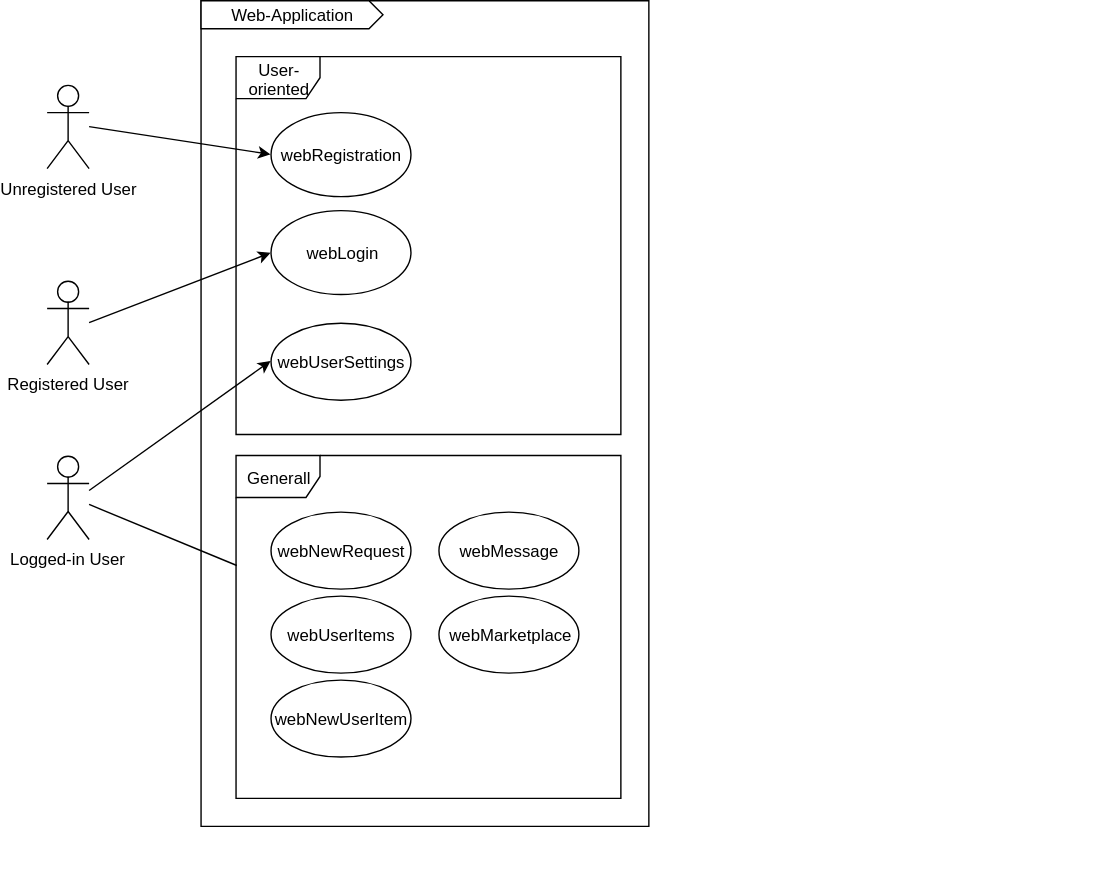
Above: recources/UCD-KeepThings.svg in KeepThings/KeepThingsWeb (draw.io), before the change. Source tidied: cells renumbered, new cells last; positions are measured from the earlier drawing's top-left corner, leaving out a move shared by most shapes.
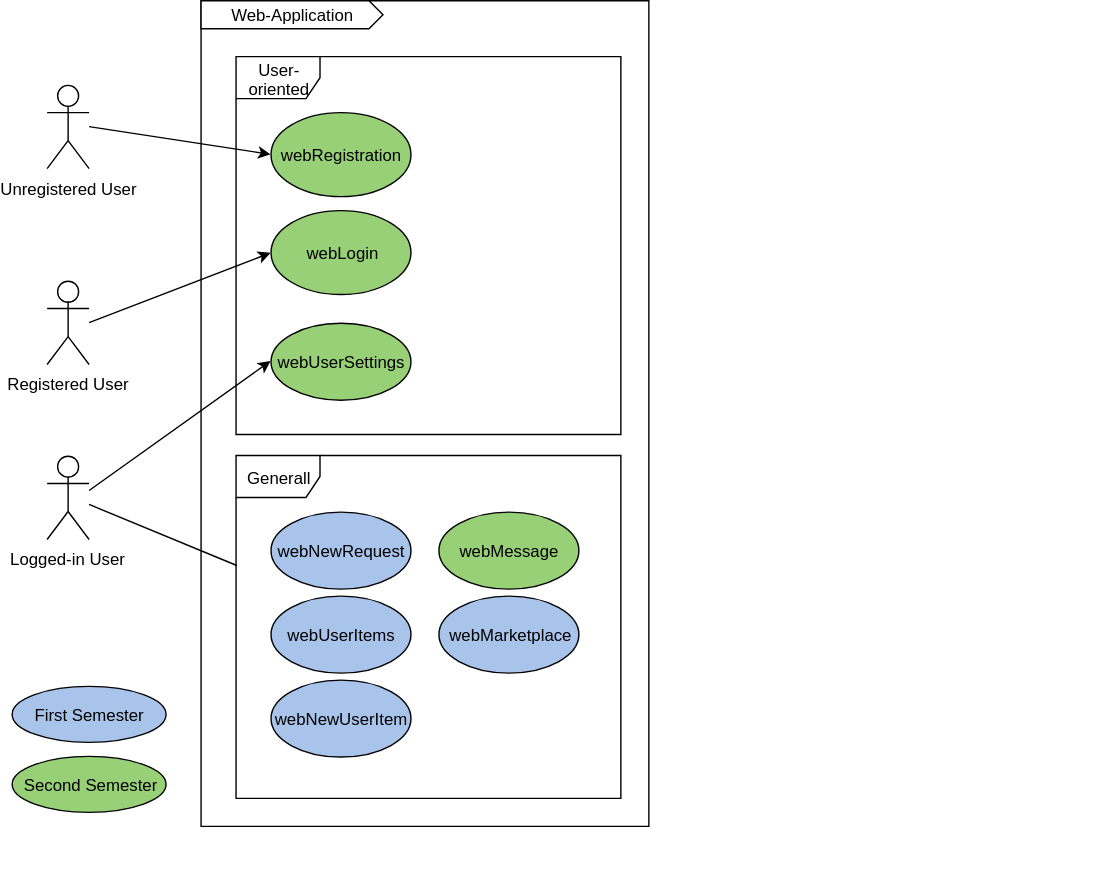
Later version of the same file.

The edit, as a diff of the source:
```diff
@@ -14,19 +14,19 @@
     <mxCell id="5" value="User-oriented" style="shape=umlFrame;whiteSpace=wrap;html=1;width=60;height=30;" parent="2" vertex="1">
       <mxGeometry x="25" y="40" width="275" height="270" as="geometry" />
     </mxCell>
-    <mxCell id="6" value="webRegistration" style="ellipse;whiteSpace=wrap;html=1;" parent="2" vertex="1">
+    <mxCell id="6" value="webRegistration" style="ellipse;whiteSpace=wrap;html=1;fillColor=#97D077;" parent="2" vertex="1">
       <mxGeometry x="50" y="80" width="100" height="60" as="geometry" />
     </mxCell>
-    <mxCell id="7" value="webLogin" style="ellipse;whiteSpace=wrap;html=1;" parent="2" vertex="1">
+    <mxCell id="7" value="webLogin" style="ellipse;whiteSpace=wrap;html=1;fillColor=#97D077;" parent="2" vertex="1">
       <mxGeometry x="50" y="150" width="100" height="60" as="geometry" />
     </mxCell>
-    <mxCell id="8" value="webMarketplace" style="ellipse;whiteSpace=wrap;html=1;" parent="2" vertex="1">
+    <mxCell id="8" value="webMarketplace" style="ellipse;whiteSpace=wrap;html=1;fillColor=#A9C4EB;" parent="2" vertex="1">
       <mxGeometry x="170" y="425" width="100" height="55" as="geometry" />
     </mxCell>
-    <mxCell id="9" value="webNewUserItem" style="ellipse;whiteSpace=wrap;html=1;" parent="2" vertex="1">
+    <mxCell id="9" value="webNewUserItem" style="ellipse;whiteSpace=wrap;html=1;fillColor=#A9C4EB;" parent="2" vertex="1">
       <mxGeometry x="50" y="485" width="100" height="55" as="geometry" />
     </mxCell>
-    <mxCell id="10" value="webUserSettings" style="ellipse;whiteSpace=wrap;html=1;" parent="2" vertex="1">
+    <mxCell id="10" value="webUserSettings" style="ellipse;whiteSpace=wrap;html=1;fillColor=#97D077;" parent="2" vertex="1">
       <mxGeometry x="50" y="230" width="100" height="55" as="geometry" />
     </mxCell>
     <mxCell id="11" value="Generall&lt;br&gt;" style="shape=umlFrame;whiteSpace=wrap;html=1;" parent="1" vertex="1">
@@ -41,13 +41,13 @@
     <mxCell id="14" value="Logged-in User" style="shape=umlActor;verticalLabelPosition=bottom;labelBackgroundColor=#ffffff;verticalAlign=top;html=1;" parent="1" vertex="1">
       <mxGeometry y="325" width="30" height="60" as="geometry" />
     </mxCell>
-    <mxCell id="15" value="webMessage" style="ellipse;whiteSpace=wrap;html=1;" parent="1" vertex="1">
+    <mxCell id="15" value="webMessage" style="ellipse;whiteSpace=wrap;html=1;fillColor=#97D077;" parent="1" vertex="1">
       <mxGeometry x="280" y="365" width="100" height="55" as="geometry" />
     </mxCell>
-    <mxCell id="16" value="webNewRequest" style="ellipse;whiteSpace=wrap;html=1;" parent="1" vertex="1">
+    <mxCell id="16" value="webNewRequest" style="ellipse;whiteSpace=wrap;html=1;fillColor=#A9C4EB;" parent="1" vertex="1">
       <mxGeometry x="160" y="365" width="100" height="55" as="geometry" />
     </mxCell>
-    <mxCell id="17" value="webUserItems" style="ellipse;whiteSpace=wrap;html=1;" parent="1" vertex="1">
+    <mxCell id="17" value="webUserItems" style="ellipse;whiteSpace=wrap;html=1;fillColor=#A9C4EB;" parent="1" vertex="1">
       <mxGeometry x="160" y="425" width="100" height="55" as="geometry" />
     </mxCell>
     <mxCell id="18" style="endArrow=classic;html=1;entryX=0;entryY=0.5;entryDx=0;entryDy=0;" parent="1" edge="1" target="6">
@@ -70,5 +70,11 @@
         <mxPoint x="30" y="350" as="sourcePoint" />
       </mxGeometry>
     </mxCell>
+    <mxCell id="22" value="First Semester" style="ellipse;whiteSpace=wrap;html=1;fillColor=#A9C4EB;" parent="1" vertex="1">
+      <mxGeometry x="-25" y="490" width="110" height="40" as="geometry" />
+    </mxCell>
+    <mxCell id="23" value="Second Semester&lt;br&gt;" style="ellipse;whiteSpace=wrap;html=1;fillColor=#97D077;" parent="1" vertex="1">
+      <mxGeometry x="-25" y="540" width="110" height="40" as="geometry" />
+    </mxCell>
   </root>
 </mxGraphModel>
```
